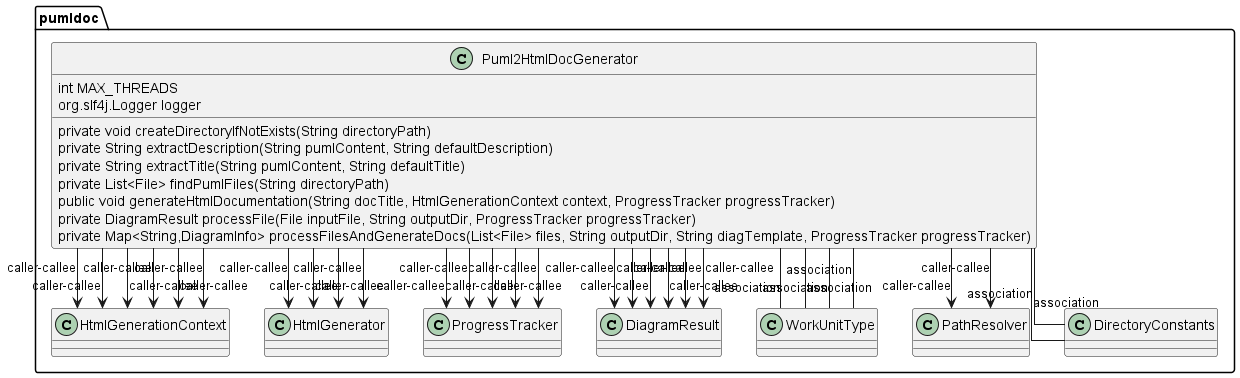
Above: umldoc/images/com_pjsoft_j2arch_docgen_pumldoc_package.png in jags-programming/j2arch (PlantUML), before the change.
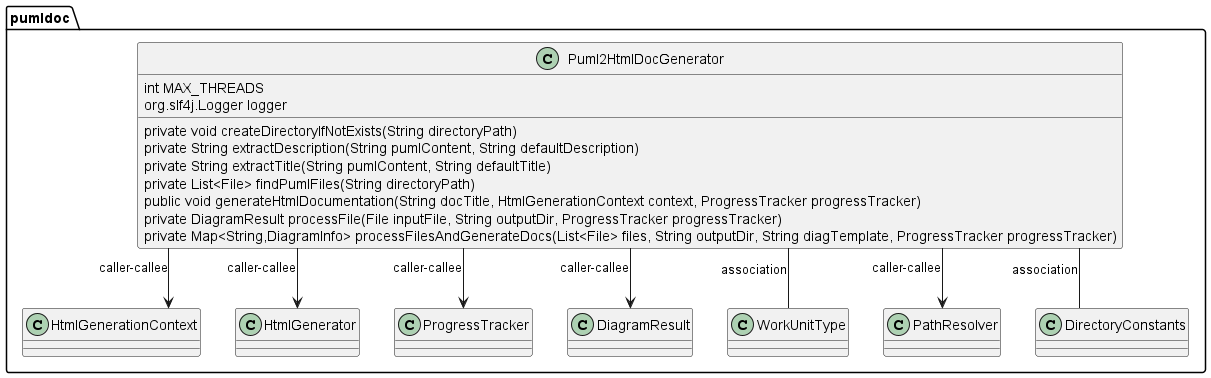
The same file after the commit.

Change to the diagram source:
```diff
@@ -13,33 +13,11 @@
     private Map<String,DiagramInfo> processFilesAndGenerateDocs(List<File> files, String outputDir, String diagTemplate, ProgressTracker progressTracker)
 }
 Puml2HtmlDocGenerator --> HtmlGenerationContext : caller-callee
-Puml2HtmlDocGenerator --> HtmlGenerationContext : caller-callee
-Puml2HtmlDocGenerator --> HtmlGenerationContext : caller-callee
-Puml2HtmlDocGenerator --> HtmlGenerationContext : caller-callee
-Puml2HtmlDocGenerator --> HtmlGenerationContext : caller-callee
-Puml2HtmlDocGenerator --> HtmlGenerationContext : caller-callee
-Puml2HtmlDocGenerator --> HtmlGenerator : caller-callee
-Puml2HtmlDocGenerator --> HtmlGenerator : caller-callee
-Puml2HtmlDocGenerator --> ProgressTracker : caller-callee
-Puml2HtmlDocGenerator --> ProgressTracker : caller-callee
 Puml2HtmlDocGenerator --> HtmlGenerator : caller-callee
 Puml2HtmlDocGenerator --> ProgressTracker : caller-callee
 Puml2HtmlDocGenerator --> DiagramResult : caller-callee
-Puml2HtmlDocGenerator --> DiagramResult : caller-callee
-Puml2HtmlDocGenerator --> DiagramResult : caller-callee
-Puml2HtmlDocGenerator --> HtmlGenerator : caller-callee
-Puml2HtmlDocGenerator --> DiagramResult : caller-callee
-Puml2HtmlDocGenerator --> DiagramResult : caller-callee
-Puml2HtmlDocGenerator --> DiagramResult : caller-callee
-Puml2HtmlDocGenerator --> ProgressTracker : caller-callee
-Puml2HtmlDocGenerator -- WorkUnitType : association
-Puml2HtmlDocGenerator -- WorkUnitType : association
 Puml2HtmlDocGenerator -- WorkUnitType : association
 Puml2HtmlDocGenerator --> PathResolver : caller-callee
-Puml2HtmlDocGenerator --> PathResolver : caller-callee
-Puml2HtmlDocGenerator --> ProgressTracker : caller-callee
 Puml2HtmlDocGenerator -- DirectoryConstants : association
-Puml2HtmlDocGenerator -- DirectoryConstants : association
-Puml2HtmlDocGenerator -- WorkUnitType : association
 }
 @enduml
```
